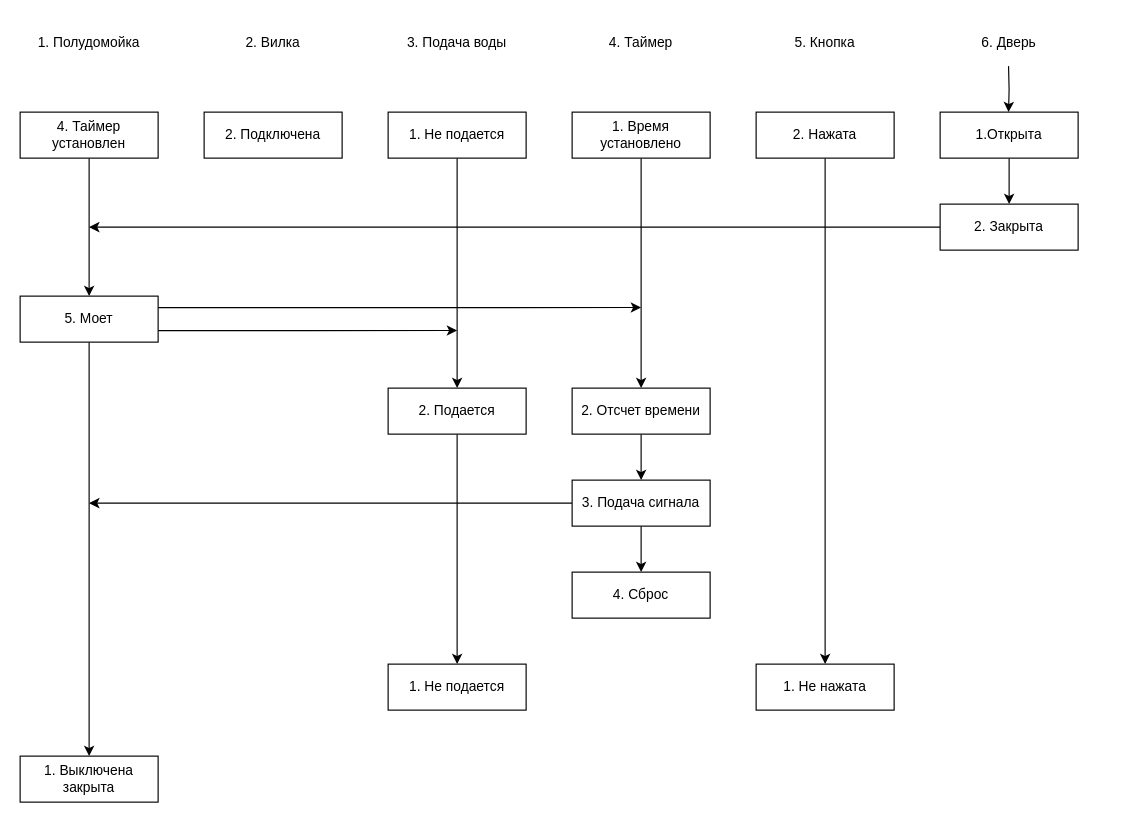
The draw.io diagram page "Канал управления" (4 of 5) of lab_05/dishwasher.drawio in deniska-ned/bmstu_iu7_oop, before the edit. Source tidied: cells renumbered, new cells numbered last; positions are measured from the earlier drawing's top-left corner, leaving out a move shared by most shapes. Both pictures are drawn from the tidied source at 115%, with x=0, y=0 at pixel (20, 20).
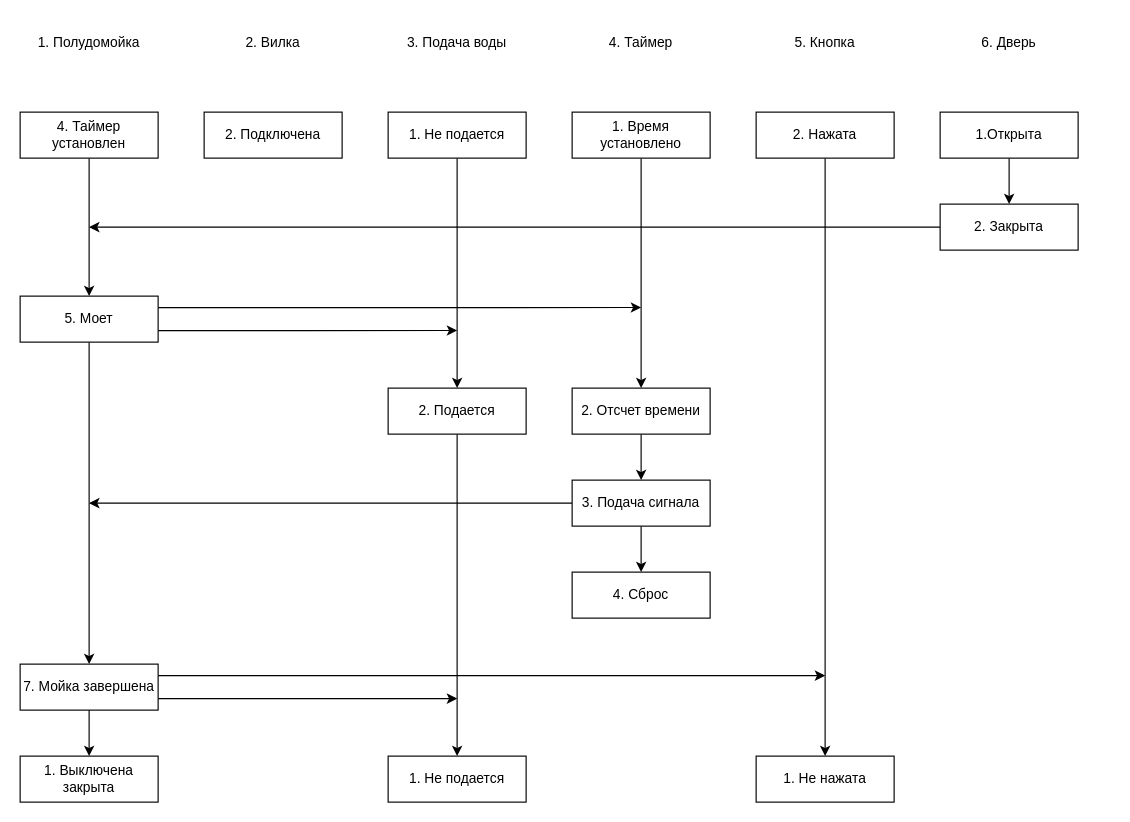
Above is the later version.

The change refers to these unchanged cells:
```xml
<mxCell id="18" value="6. Дверь" style="text;html=1;strokeColor=none;fillColor=none;align=center;verticalAlign=middle;whiteSpace=wrap;rounded=0;" parent="1" vertex="1">
  <mxGeometry x="800" width="120" height="40" as="geometry" />
</mxCell>
```

The edit, as a diff of the source:
```diff
@@
+    <mxCell id="37" style="edgeStyle=orthogonalEdgeStyle;rounded=0;jettySize=auto;html=1;exitX=1;exitY=0.5;exitDx=0;exitDy=0;startArrow=none;startFill=0;strokeColor=#FFFFFF;" parent="1" edge="1" source="18">
+      <mxGeometry relative="1" as="geometry">
+        <mxPoint x="800" y="300" as="targetPoint" />
+      </mxGeometry>
+    </mxCell>
@@
     <mxCell id="33" value="1. Не нажата" style="rounded=0;whiteSpace=wrap;html=1;fillColor=#ffffff;" parent="1" vertex="1">
-      <mxGeometry x="640" y="560" width="120" height="40" as="geometry" />
+      <mxGeometry x="640" y="640" width="120" height="40" as="geometry" />
     </mxCell>
     <mxCell id="34" value="1. Не подается" style="rounded=0;whiteSpace=wrap;html=1;fillColor=#ffffff;" parent="1" vertex="1">
-      <mxGeometry x="320" y="560" width="120" height="40" as="geometry" />
+      <mxGeometry x="320" y="640" width="120" height="40" as="geometry" />
     </mxCell>
+    <mxCell id="38" style="edgeStyle=orthogonalEdgeStyle;rounded=0;jettySize=auto;html=1;exitX=0.5;exitY=1;exitDx=0;exitDy=0;entryX=0.5;entryY=0;entryDx=0;entryDy=0;startArrow=none;startFill=0;" parent="1" edge="1" source="35" target="41">
+      <mxGeometry relative="1" as="geometry" />
+    </mxCell>
+    <mxCell id="39" style="edgeStyle=orthogonalEdgeStyle;rounded=0;jettySize=auto;html=1;exitX=1;exitY=0.25;exitDx=0;exitDy=0;startArrow=none;startFill=0;" parent="1" edge="1" source="35">
+      <mxGeometry relative="1" as="geometry">
+        <mxPoint x="700" y="570" as="targetPoint" />
+      </mxGeometry>
+    </mxCell>
+    <mxCell id="40" style="edgeStyle=orthogonalEdgeStyle;rounded=0;jettySize=auto;html=1;exitX=1;exitY=0.75;exitDx=0;exitDy=0;startArrow=none;startFill=0;" parent="1" edge="1" source="35">
+      <mxGeometry relative="1" as="geometry">
+        <mxPoint x="380" y="590" as="targetPoint" />
+      </mxGeometry>
+    </mxCell>
-    <mxCell id="35" value="1. Выключена закрыта" style="rounded=0;whiteSpace=wrap;html=1;fillColor=#ffffff;" parent="1" vertex="1">
-      <mxGeometry y="640" width="120" height="40" as="geometry" />
+    <mxCell id="35" value="7. Мойка завершена" style="rounded=0;whiteSpace=wrap;html=1;fillColor=#ffffff;" parent="1" vertex="1">
+      <mxGeometry y="560" width="120" height="40" as="geometry" />
     </mxCell>
-    <mxCell id="36" style="edgeStyle=orthogonalEdgeStyle;rounded=0;orthogonalLoop=1;jettySize=auto;html=1;exitX=0.5;exitY=1;exitDx=0;exitDy=0;entryX=0.5;entryY=0;entryDx=0;entryDy=0;startArrow=none;startFill=0;" parent="1" edge="1">
-      <mxGeometry relative="1" as="geometry">
-        <mxPoint x="859.5" y="40" as="sourcePoint" />
-        <mxPoint x="859.5" y="80" as="targetPoint" />
-      </mxGeometry>
-    </mxCell>
+    <mxCell id="41" value="1. Выключена закрыта" style="rounded=0;whiteSpace=wrap;html=1;fillColor=#ffffff;" parent="1" vertex="1">
+      <mxGeometry y="640" width="120" height="40" as="geometry" />
+    </mxCell>
```
